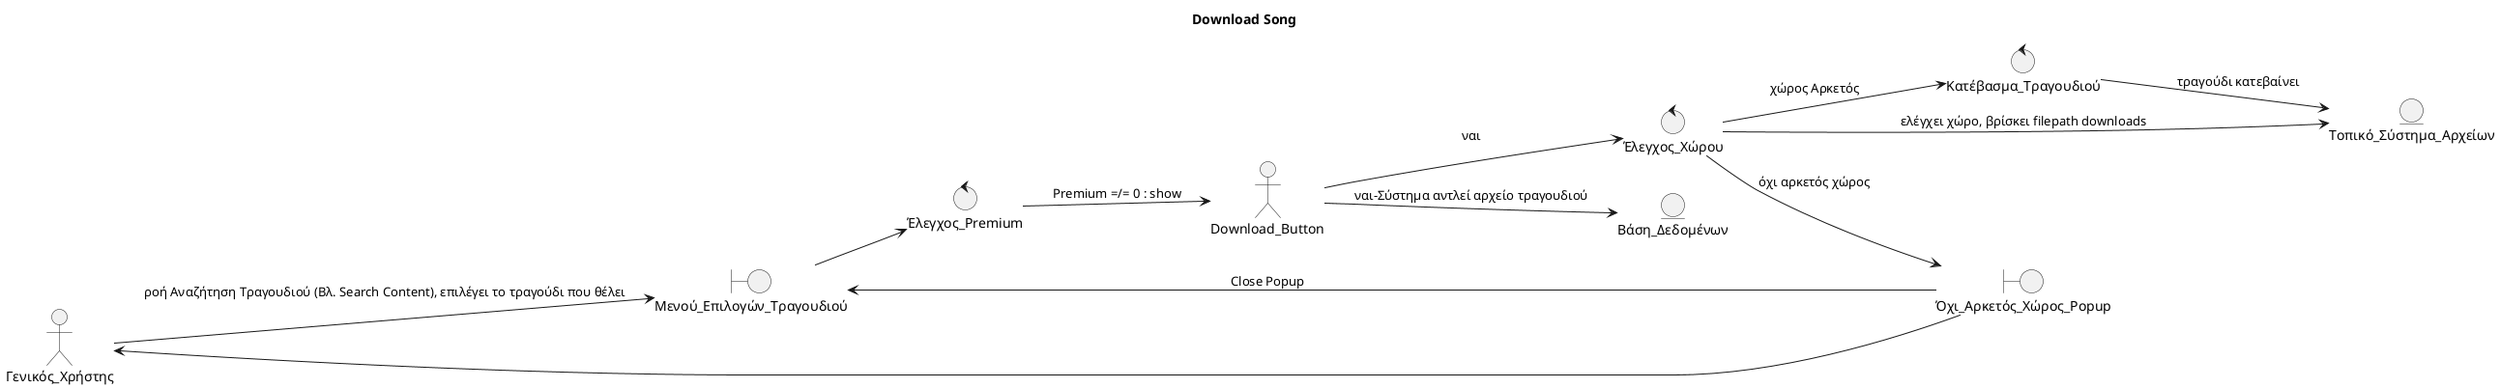
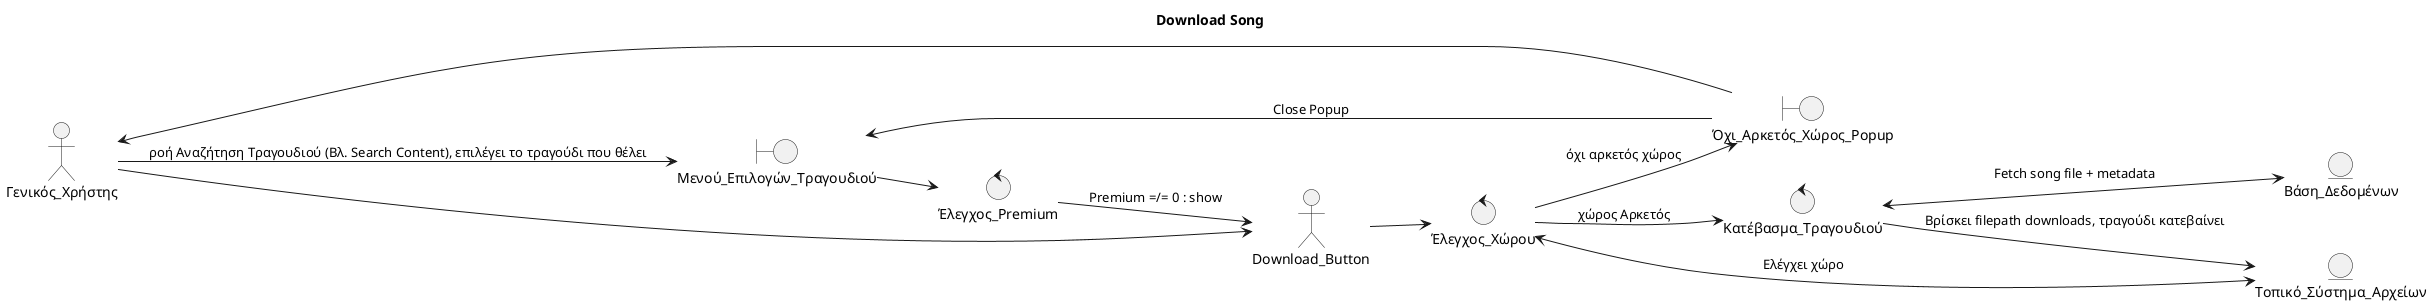
@startuml

title Download Song

left to right direction

skinparam shadowing false
skinparam roundcorner 10

' =====================================================
' ACTORS
' =====================================================

actor Γενικός_Χρήστης

' =====================================================
' BOUNDARY OBJECTS
' =====================================================


boundary Μενού_Επιλογών_Τραγουδιού
boundary Όχι_Αρκετός_Χώρος_Popup

' =====================================================
' CONTROL OBJECTS
' =====================================================

control Έλεγχος_Premium
control Έλεγχος_Χώρου
control Κατέβασμα_Τραγουδιού


' =====================================================
' ENTITY OBJECTS
' =====================================================

entity Βάση_Δεδομένων
entity Τοπικό_Σύστημα_Αρχείων

' =====================================================
' INTERACTIONS
' =====================================================

Γενικός_Χρήστης --> Μενού_Επιλογών_Τραγουδιού: ροή Αναζήτηση Τραγουδιού (Βλ. Search Content), επιλέγει το τραγούδι που θέλει
Μενού_Επιλογών_Τραγουδιού --> Έλεγχος_Premium
Έλεγχος_Premium --> Download_Button : Premium =/= 0 : show
- Download_Button --> Βάση_Δεδομένων : ναι-Σύστημα αντλεί αρχείο τραγουδιού
- Download_Button --> Έλεγχος_Χώρου : ναι
- Έλεγχος_Χώρου --> Τοπικό_Σύστημα_Αρχείων : ελέγχει χώρο, βρίσκει filepath downloads
+ Γενικός_Χρήστης --> Download_Button
+ Download_Button --> Έλεγχος_Χώρου
+ Έλεγχος_Χώρου <--> Τοπικό_Σύστημα_Αρχείων : Ελέγχει χώρο
Έλεγχος_Χώρου --> Κατέβασμα_Τραγουδιού : χώρος Αρκετός
- Κατέβασμα_Τραγουδιού --> Τοπικό_Σύστημα_Αρχείων : τραγούδι κατεβαίνει
- 
- 
+ Κατέβασμα_Τραγουδιού --> Τοπικό_Σύστημα_Αρχείων : Βρίσκει filepath downloads, τραγούδι κατεβαίνει
+ Κατέβασμα_Τραγουδιού <--> Βάση_Δεδομένων : Fetch song file + metadata
Έλεγχος_Χώρου --> Όχι_Αρκετός_Χώρος_Popup : όχι αρκετός χώρος
Όχι_Αρκετός_Χώρος_Popup --> Γενικός_Χρήστης
Όχι_Αρκετός_Χώρος_Popup --> Μενού_Επιλογών_Τραγουδιού : Close Popup

@enduml